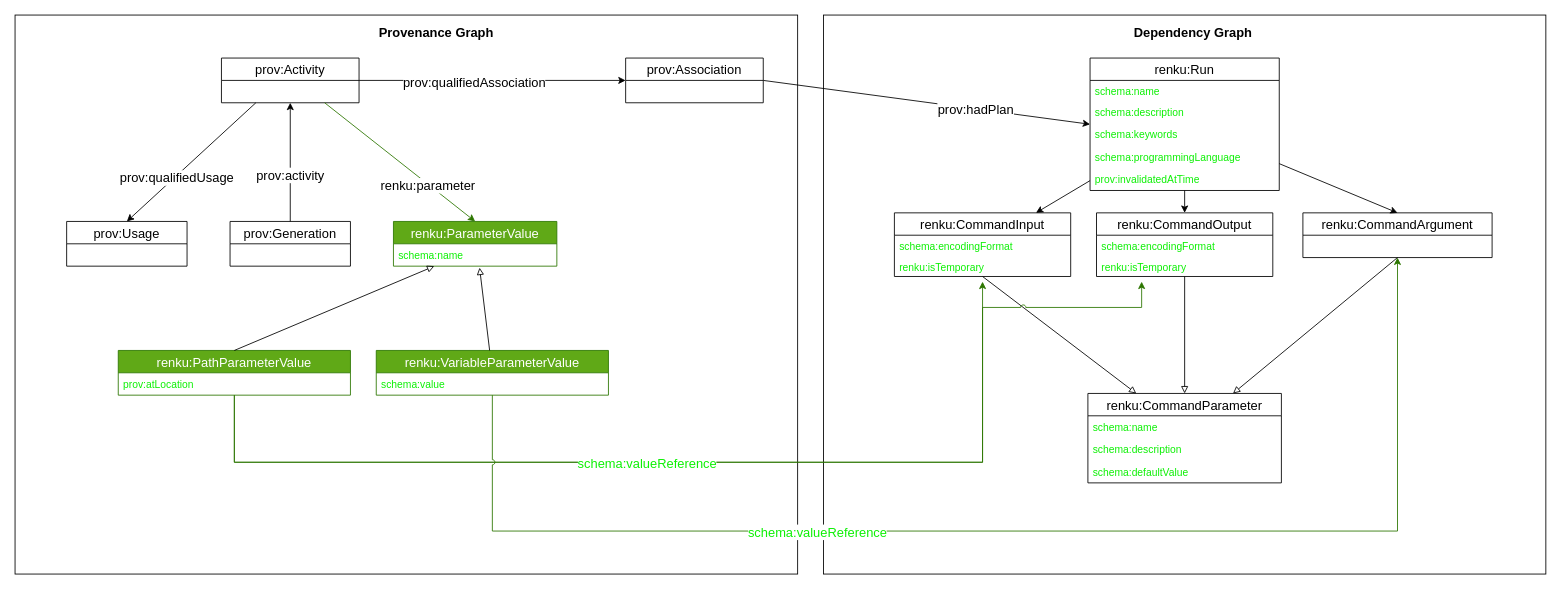
Before: design/001-new-workflow-commands/run-metadata.drawio in SwissDataScienceCenter/renku-python, a draw.io diagram. Source tidied: cells renumbered, new cells numbered last; positions are measured from the earlier drawing's top-left corner, leaving out a move shared by most shapes. Both pictures are drawn from the tidied source at 86%, with x=0, y=0 at pixel (15, 15).
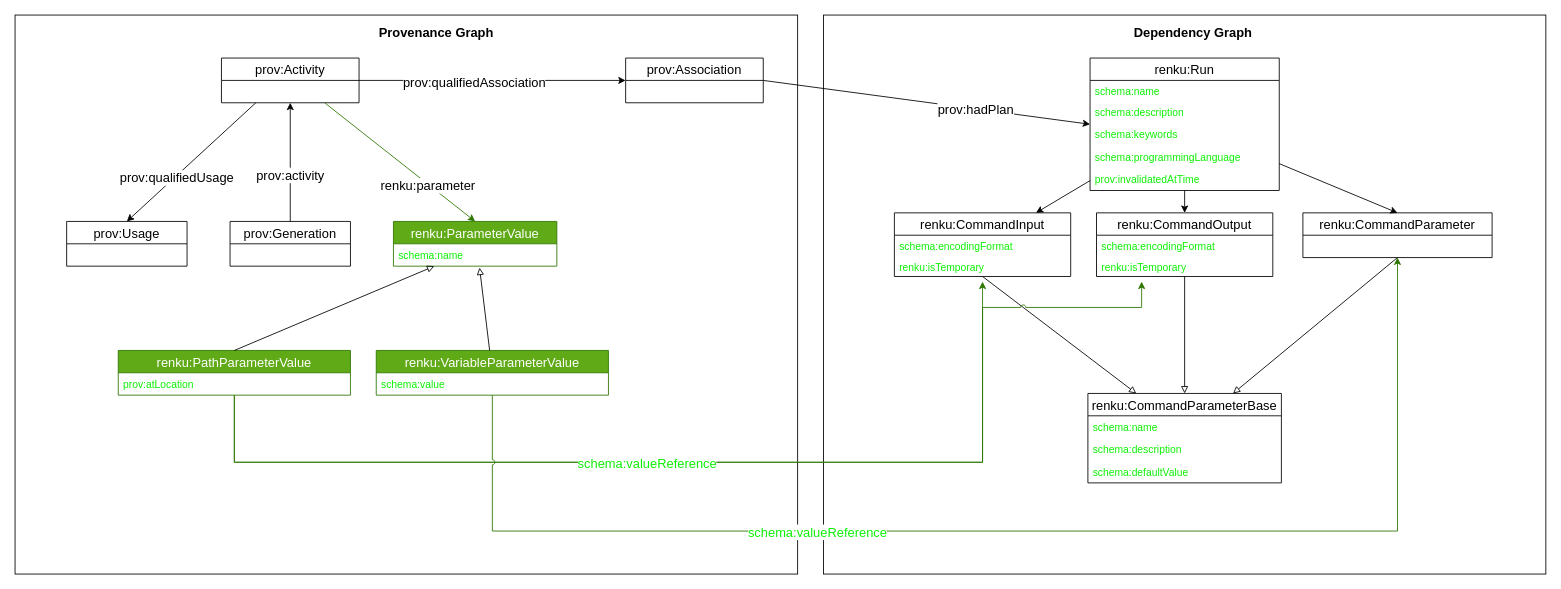
After the change.

Commit message (it also covers changes not shown here):
Rename CommandArgument to CommandParameter

What changed in the source:
```diff
@@
-    <mxCell id="43" value="renku:CommandArgument" style="swimlane;fontStyle=0;horizontal=1;startSize=26;fillColor=none;fontSize=15;" parent="1" vertex="1">
+    <mxCell id="43" value="renku:CommandParameter" style="swimlane;fontStyle=0;horizontal=1;startSize=26;fillColor=none;fontSize=15;" parent="1" vertex="1">
       <mxGeometry x="1497.5" y="230" width="220" height="52" as="geometry" />
     </mxCell>
-    <mxCell id="44" value="renku:CommandParameter" style="swimlane;fontStyle=0;horizontal=1;startSize=26;fillColor=none;fontSize=15;" parent="1" vertex="1">
+    <mxCell id="44" value="renku:CommandParameterBase" style="swimlane;fontStyle=0;horizontal=1;startSize=26;fillColor=none;fontSize=15;" parent="1" vertex="1">
       <mxGeometry x="1247.5" y="440" width="225" height="104" as="geometry" />
     </mxCell>
```
